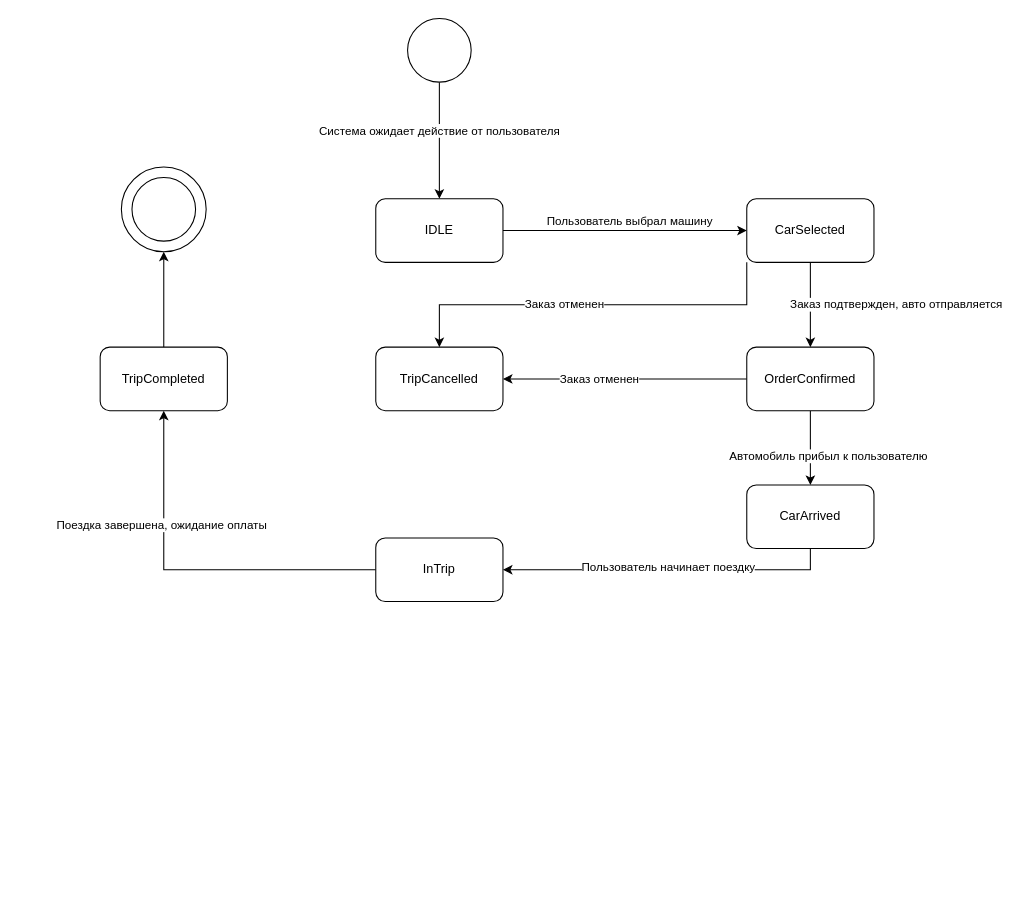
Before: prac13.1-3/prac13.1.drawio in Damirmgg/Design-Patterns-Practice13, a draw.io diagram. Source tidied: cells renumbered, new cells numbered last; positions are measured from the earlier drawing's top-left corner, leaving out a move shared by most shapes. Both pictures are drawn from the tidied source at 106%, with x=0, y=0 at pixel (100, 18).
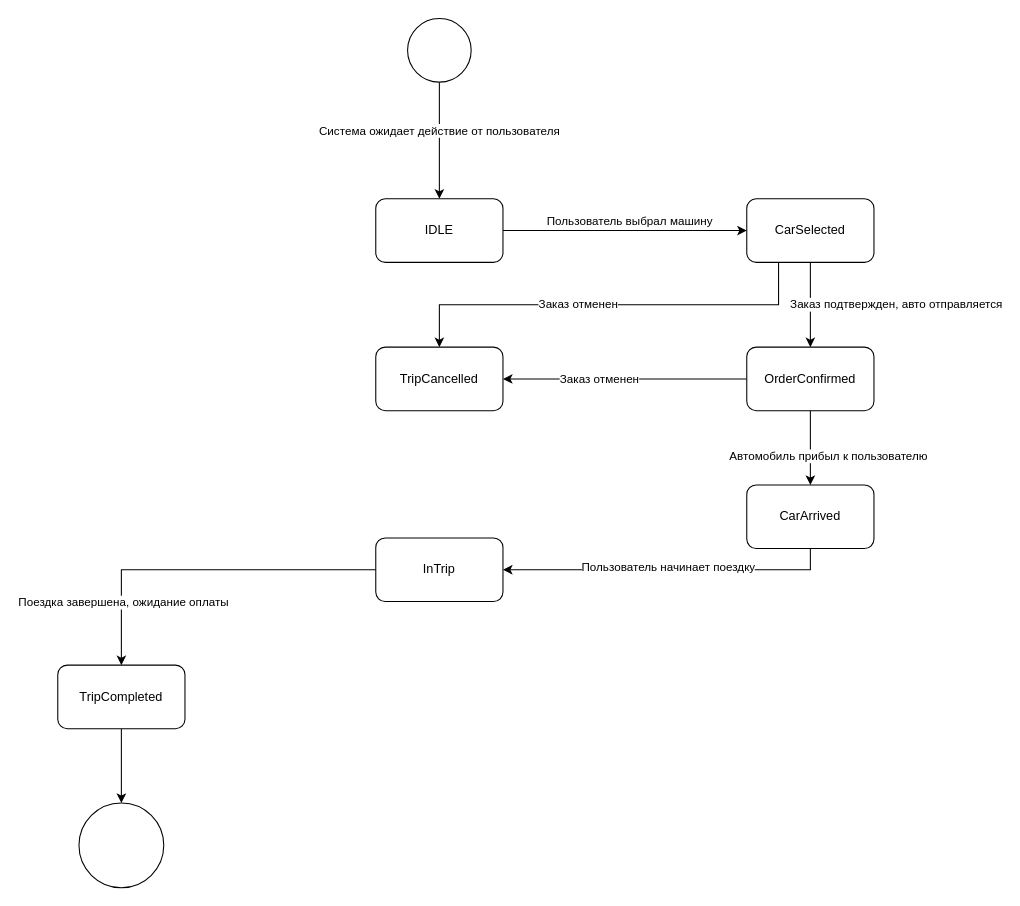
Above is the later version.

The change refers to these unchanged cells:
```xml
<mxCell id="12" value="CarSelected" style="rounded=1;whiteSpace=wrap;html=1;" parent="1" vertex="1">
  <mxGeometry x="610" y="170" width="120" height="60" as="geometry" />
</mxCell>
<mxCell id="21" style="edgeStyle=orthogonalEdgeStyle;rounded=0;jettySize=auto;html=1;exitX=0;exitY=0.5;exitDx=0;exitDy=0;" parent="1" edge="1" source="23" target="25">
  <mxGeometry relative="1" as="geometry" />
</mxCell>
<mxCell id="28" value="TripCancelled" style="rounded=1;whiteSpace=wrap;html=1;" parent="1" vertex="1">
  <mxGeometry x="260" y="310" width="120" height="60" as="geometry" />
</mxCell>
```

What changed in the source:
```diff
@@
-    <mxCell id="10" style="edgeStyle=orthogonalEdgeStyle;rounded=0;jettySize=auto;html=1;exitX=0;exitY=1;exitDx=0;exitDy=0;" parent="1" edge="1" source="12" target="28">
+    <mxCell id="10" style="edgeStyle=orthogonalEdgeStyle;rounded=0;jettySize=auto;html=1;exitX=0.25;exitY=1;exitDx=0;exitDy=0;" parent="1" edge="1" source="12" target="28">
       <mxGeometry relative="1" as="geometry" />
     </mxCell>
@@
     <mxCell id="22" value="Поездка завершена, ожидание оплаты" style="edgeLabel;html=1;align=center;verticalAlign=middle;" parent="21" vertex="1">
-      <mxGeometry x="0.39" y="3" relative="1" as="geometry" />
+      <mxGeometry x="0.39" y="3" relative="1" as="geometry">
+        <mxPoint x="-10" y="27" as="offset" />
+      </mxGeometry>
     </mxCell>
@@
-    <mxCell id="24" style="edgeStyle=orthogonalEdgeStyle;rounded=0;jettySize=auto;html=1;exitX=0.5;exitY=0;exitDx=0;exitDy=0;entryX=0.5;entryY=1;entryDx=0;entryDy=0;" parent="1" edge="1" source="25" target="27">
-      <mxGeometry relative="1" as="geometry" />
-    </mxCell>
+    <mxCell id="29" style="edgeStyle=orthogonalEdgeStyle;rounded=0;jettySize=auto;html=1;" parent="1" edge="1" source="25" target="30">
+      <mxGeometry relative="1" as="geometry" />
+    </mxCell>
     <mxCell id="25" value="TripCompleted" style="rounded=1;whiteSpace=wrap;html=1;" parent="1" vertex="1">
-      <mxGeometry y="310" width="120" height="60" as="geometry" />
+      <mxGeometry x="-40" y="610" width="120" height="60" as="geometry" />
     </mxCell>
-    <mxCell id="26" style="ellipse;whiteSpace=wrap;html=1;strokeColor=light-dark(#000000,#000000);" parent="1" vertex="1">
-      <mxGeometry x="30" y="150" width="60" height="60" as="geometry" />
-    </mxCell>
-    <mxCell id="27" style="ellipse;whiteSpace=wrap;html=1;fillColor=none;strokeColor=light-dark(#000000,#000000);" parent="1" vertex="1">
-      <mxGeometry x="20" y="140" width="80" height="80" as="geometry" />
-    </mxCell>
@@
+    <mxCell id="30" style="ellipse;whiteSpace=wrap;html=1;rounded=1;" parent="1" vertex="1">
+      <mxGeometry x="-20" y="740" width="80" height="80" as="geometry" />
+    </mxCell>
```
